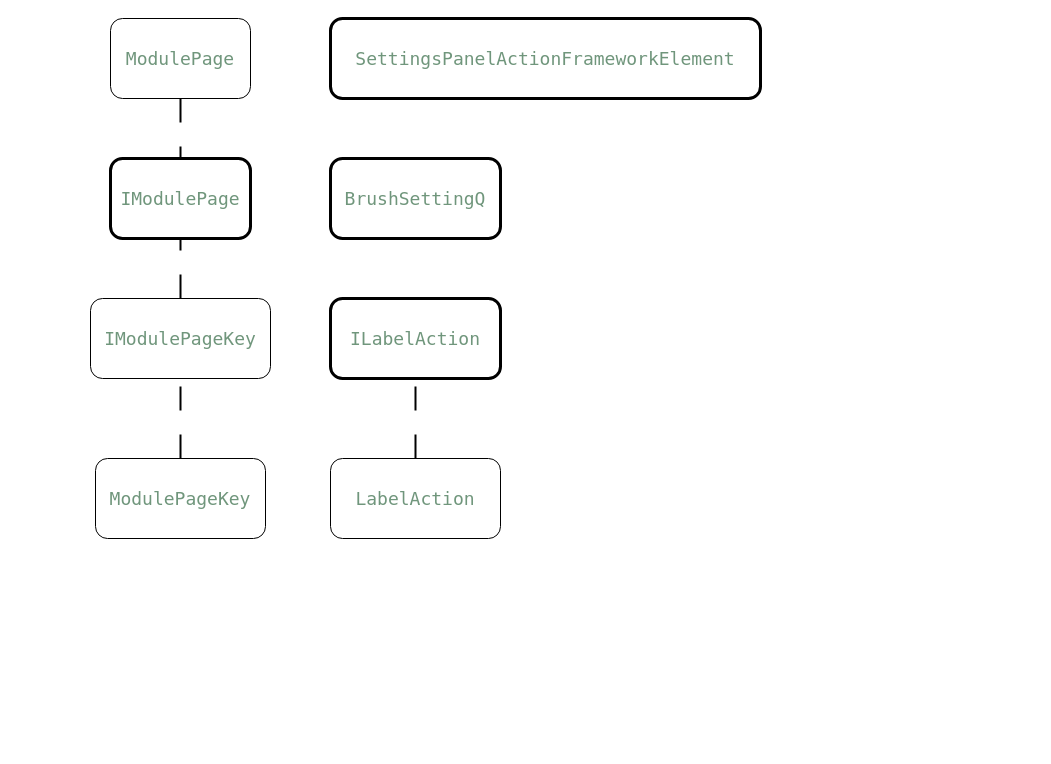
Before: page "CORE Диаграмма" (1 of 2) of IEL.drawio in Lisyaka46/IEL, a draw.io diagram. Source tidied: cells renumbered, new cells numbered last; positions are measured from the earlier drawing's top-left corner, leaving out a move shared by most shapes. Both pictures are drawn from the tidied source at 100%, with x=0, y=0 at pixel (90, 18).
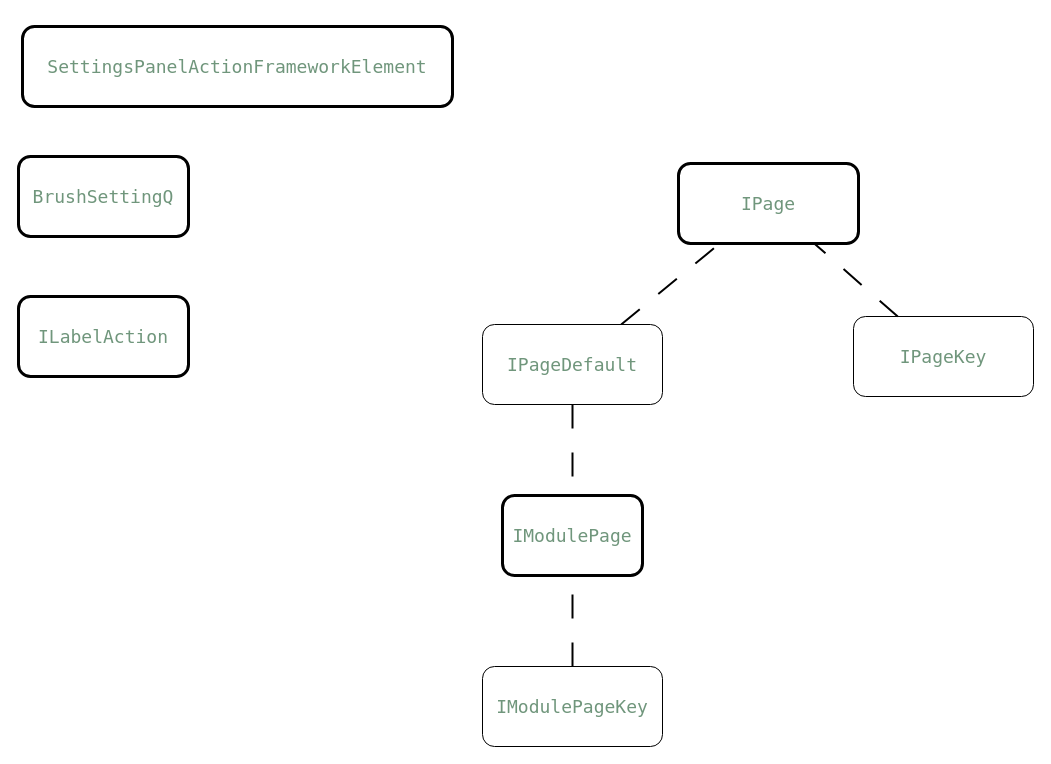
Above is the later version.

The edit, as a diff of the source:
```diff
@@
 <mxGraphModel>
   <root>
     <mxCell id="0" />
     <mxCell id="1" parent="0" />
     <mxCell id="2" style="rounded=0;jettySize=auto;html=1;flowAnimation=1;dashed=1;dashPattern=12 12;endArrow=none;endFill=0;shadow=0;strokeWidth=2;fontColor=#70967C;" parent="1" edge="1" source="8" target="3">
       <mxGeometry relative="1" as="geometry" />
     </mxCell>
     <mxCell id="3" value="IModulePage" style="rounded=1;whiteSpace=wrap;fontSize=18;fontColor=#70967C;fontFamily=Lucida Console;strokeWidth=3;" parent="1" vertex="1">
-      <mxGeometry x="20" y="140" width="140" height="80" as="geometry" />
+      <mxGeometry x="412" y="477" width="140" height="80" as="geometry" />
     </mxCell>
-    <mxCell id="4" value="ModulePage" style="rounded=1;whiteSpace=wrap;fontSize=18;fontColor=#70967C;fontFamily=Lucida Console;" parent="1" vertex="1">
-      <mxGeometry x="20" width="140" height="80" as="geometry" />
-    </mxCell>
-    <mxCell id="5" style="rounded=0;jettySize=auto;html=1;flowAnimation=1;strokeWidth=2;endArrow=none;endFill=0;dashed=1;dashPattern=12 12;" parent="1" edge="1" source="6" target="8">
-      <mxGeometry relative="1" as="geometry" />
-    </mxCell>
-    <mxCell id="6" value="ModulePageKey" style="rounded=1;whiteSpace=wrap;fontSize=18;fontColor=#70967C;fontFamily=Lucida Console;" parent="1" vertex="1">
-      <mxGeometry x="5" y="440" width="170" height="80" as="geometry" />
-    </mxCell>
-    <mxCell id="7" style="rounded=0;jettySize=auto;html=1;endArrow=none;endFill=0;flowAnimation=1;dashed=1;dashPattern=12 12;jumpSize=6;jumpStyle=none;strokeWidth=2;" parent="1" edge="1" source="4" target="3">
-      <mxGeometry relative="1" as="geometry" />
-    </mxCell>
     <mxCell id="8" value="IModulePageKey" style="rounded=1;whiteSpace=wrap;fontSize=18;fontColor=#70967C;fontFamily=Lucida Console;" parent="1" vertex="1">
-      <mxGeometry y="280" width="180" height="80" as="geometry" />
+      <mxGeometry x="392" y="648" width="180" height="80" as="geometry" />
     </mxCell>
     <mxCell id="9" value="BrushSettingQ" style="rounded=1;whiteSpace=wrap;fontSize=18;fontColor=#70967C;fontFamily=Lucida Console;strokeWidth=3;" parent="1" vertex="1">
-      <mxGeometry x="240" y="140" width="170" height="80" as="geometry" />
+      <mxGeometry x="-72" y="138" width="170" height="80" as="geometry" />
     </mxCell>
     <mxCell id="10" value="ILabelAction" style="rounded=1;whiteSpace=wrap;fontSize=18;fontColor=#70967C;fontFamily=Lucida Console;strokeWidth=3;" parent="1" vertex="1">
-      <mxGeometry x="240" y="280" width="170" height="80" as="geometry" />
+      <mxGeometry x="-72" y="278" width="170" height="80" as="geometry" />
     </mxCell>
-    <mxCell id="11" style="edgeStyle=orthogonalEdgeStyle;rounded=0;jettySize=auto;html=1;strokeWidth=2;endArrow=none;endFill=0;dashed=1;dashPattern=12 12;flowAnimation=1;" parent="1" edge="1" source="12" target="10">
-      <mxGeometry relative="1" as="geometry" />
-    </mxCell>
-    <mxCell id="12" value="LabelAction" style="rounded=1;whiteSpace=wrap;fontSize=18;fontColor=#70967C;fontFamily=Lucida Console;strokeWidth=1;" parent="1" vertex="1">
-      <mxGeometry x="240" y="440" width="170" height="80" as="geometry" />
-    </mxCell>
     <mxCell id="13" value="SettingsPanelActionFrameworkElement" style="rounded=1;whiteSpace=wrap;fontSize=18;fontColor=#70967C;fontFamily=Lucida Console;strokeWidth=3;" parent="1" vertex="1">
-      <mxGeometry x="240" width="430" height="80" as="geometry" />
+      <mxGeometry x="-68" y="8" width="430" height="80" as="geometry" />
     </mxCell>
+    <mxCell id="14" value="IPageKey" style="rounded=1;whiteSpace=wrap;fontSize=18;fontColor=#70967C;fontFamily=Lucida Console;" parent="1" vertex="1">
+      <mxGeometry x="763" y="298" width="180" height="80" as="geometry" />
+    </mxCell>
+    <mxCell id="15" style="rounded=1;jettySize=auto;html=1;dashed=1;dashPattern=12 12;strokeWidth=2;endArrow=none;endFill=0;flowAnimation=1;" parent="1" edge="1" source="14" target="19">
+      <mxGeometry relative="1" as="geometry" />
+    </mxCell>
+    <mxCell id="16" style="rounded=1;jettySize=auto;html=1;strokeWidth=2;endArrow=none;endFill=0;dashed=1;dashPattern=12 12;flowAnimation=1;" parent="1" edge="1" source="18" target="19">
+      <mxGeometry relative="1" as="geometry" />
+    </mxCell>
+    <mxCell id="17" style="edgeStyle=none;shape=connector;rounded=0;jettySize=auto;html=1;shadow=0;dashed=1;dashPattern=12 12;strokeColor=default;strokeWidth=2;align=center;verticalAlign=middle;fontFamily=Helvetica;fontSize=11;fontColor=#70967C;labelBackgroundColor=default;endArrow=none;endFill=0;flowAnimation=1;" parent="1" edge="1" source="18" target="3">
+      <mxGeometry relative="1" as="geometry" />
+    </mxCell>
+    <mxCell id="18" value="IPageDefault" style="rounded=1;whiteSpace=wrap;fontSize=18;fontColor=#70967C;fontFamily=Lucida Console;" parent="1" vertex="1">
+      <mxGeometry x="392" y="306" width="180" height="80" as="geometry" />
+    </mxCell>
+    <mxCell id="19" value="IPage" style="rounded=1;whiteSpace=wrap;fontSize=18;fontColor=#70967C;fontFamily=Lucida Console;strokeWidth=3;" parent="1" vertex="1">
+      <mxGeometry x="588" y="145" width="180" height="80" as="geometry" />
+    </mxCell>
   </root>
 </mxGraphModel>
```
